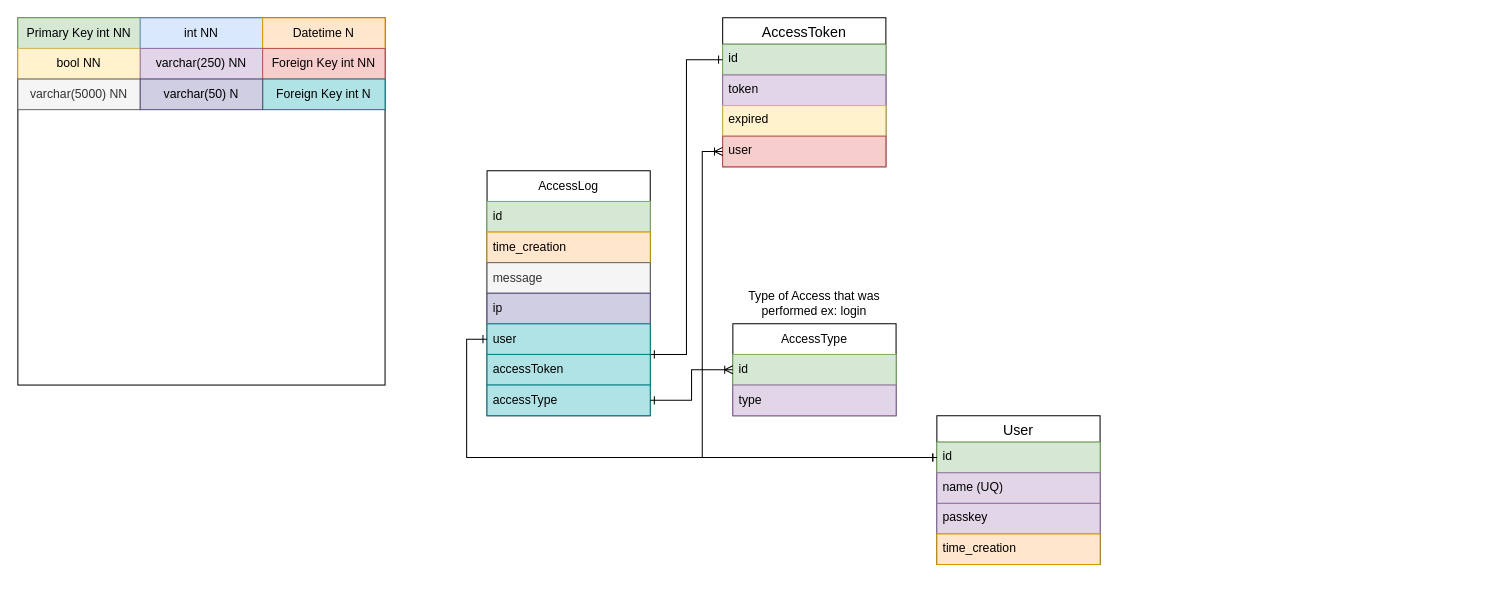
ZeilingerAlexander/FileServer_NodeJS keeps this draw.io diagram as Database/DatabaseDiagram.drawio. Above is the earlier version. Source tidied: cells renumbered, new cells numbered last; positions are measured from the earlier drawing's top-left corner, leaving out a move shared by most shapes. Both pictures are drawn from the tidied source at 102%, with x=0, y=0 at pixel (17, 17).
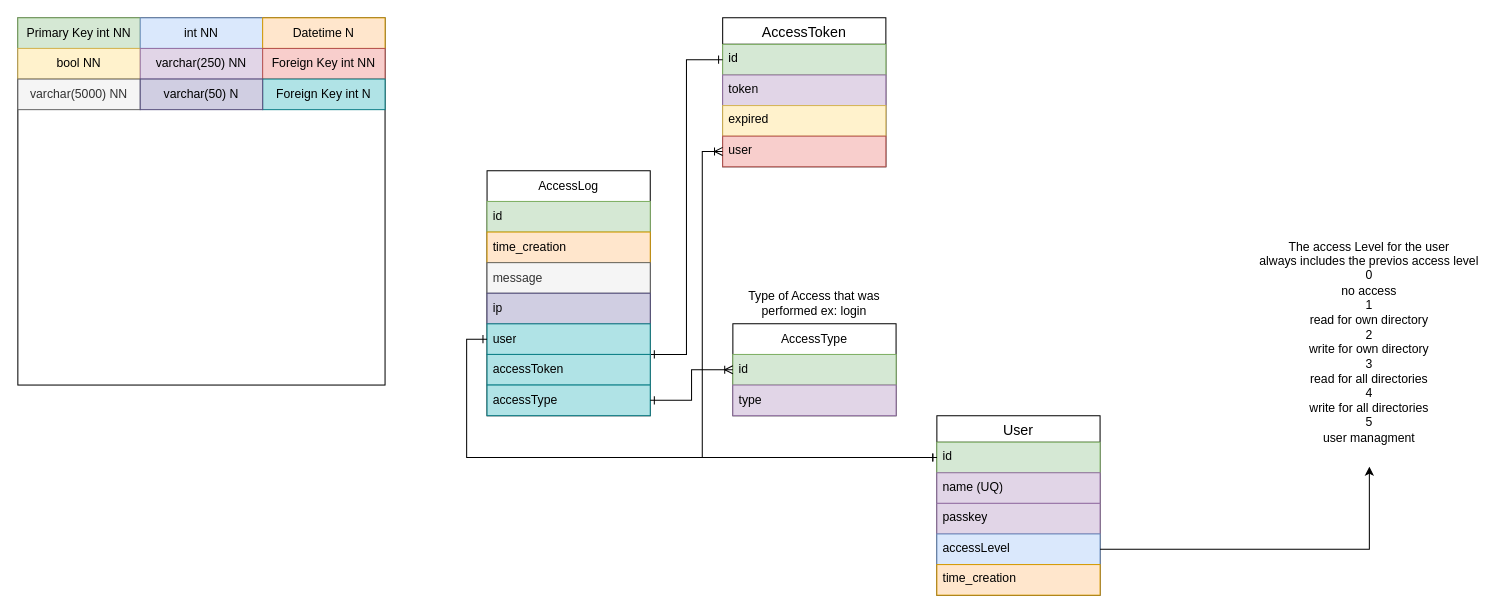
The same page after the edit.

Commit message (it also covers changes not shown here):
update to include user access levels

The edit, as a diff of the source:
```diff
@@
     <mxCell id="2" value="User" style="swimlane;fontStyle=0;horizontal=1;startSize=26;align=center;fontSize=14;" parent="1" vertex="1">
-      <mxGeometry x="901" y="390" width="160" height="146" as="geometry" />
+      <mxGeometry x="901" y="390" width="160" height="176" as="geometry" />
     </mxCell>
@@
+    <mxCell id="38" value="accessLevel" style="text;strokeColor=#6c8ebf;fillColor=#dae8fc;spacingLeft=4;spacingRight=4;overflow=hidden;points=[[0,0.5],[1,0.5]];portConstraint=eastwest;fontSize=12;whiteSpace=wrap;html=1;" parent="2" vertex="1">
+      <mxGeometry y="116" width="160" height="30" as="geometry" />
+    </mxCell>
     <mxCell id="6" value="time_creation" style="text;strokeColor=#d79b00;fillColor=#ffe6cc;spacingLeft=4;spacingRight=4;overflow=hidden;fontSize=12;whiteSpace=wrap;html=1;" parent="2" vertex="1">
-      <mxGeometry y="116" width="160" height="30" as="geometry" />
+      <mxGeometry y="146" width="160" height="30" as="geometry" />
     </mxCell>
@@
+    <mxCell id="39" value="The access Level for the user&lt;div&gt;always includes the previos access level&lt;br&gt;&lt;div&gt;&lt;div&gt;0&lt;/div&gt;&lt;div&gt;no access&lt;/div&gt;&lt;div&gt;1&lt;/div&gt;&lt;div&gt;read for own directory&lt;/div&gt;&lt;div&gt;2&lt;/div&gt;&lt;div&gt;write for own directory&lt;/div&gt;&lt;div&gt;3&lt;/div&gt;&lt;div&gt;read for all directories&lt;/div&gt;&lt;div&gt;4&lt;/div&gt;&lt;div&gt;write for all directories&lt;/div&gt;&lt;div&gt;5&lt;/div&gt;&lt;div&gt;user managment&lt;/div&gt;&lt;div&gt;&lt;br&gt;&lt;/div&gt;&lt;/div&gt;&lt;/div&gt;" style="text;html=1;align=center;verticalAlign=middle;whiteSpace=wrap;rounded=0;" parent="1" vertex="1">
+      <mxGeometry x="1210" y="210" width="230" height="230" as="geometry" />
+    </mxCell>
+    <mxCell id="40" style="edgeStyle=orthogonalEdgeStyle;rounded=0;jettySize=auto;html=1;exitX=1;exitY=0.5;exitDx=0;exitDy=0;" parent="1" edge="1" source="38" target="39">
+      <mxGeometry relative="1" as="geometry" />
+    </mxCell>
```
